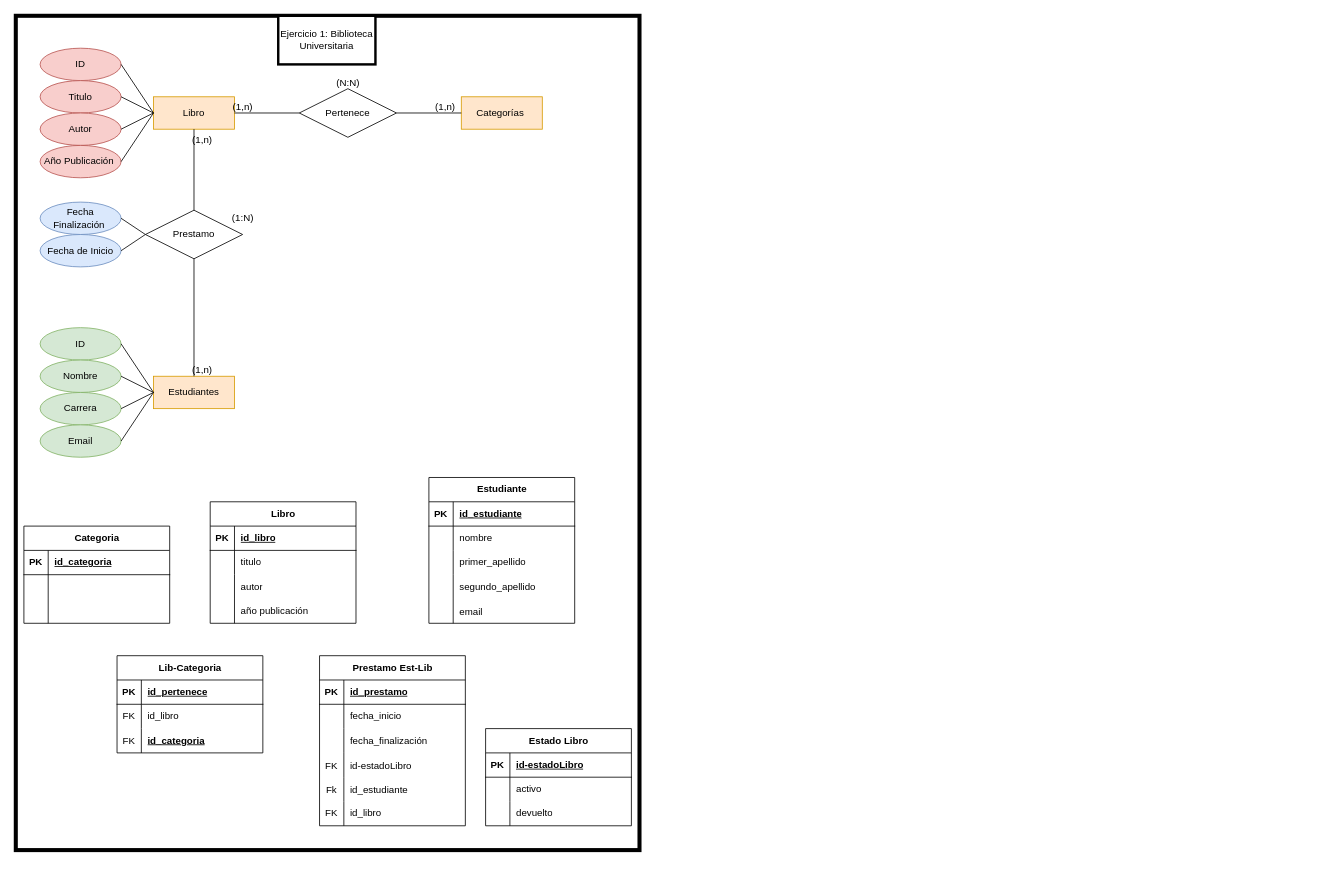
Earlier version of the draw.io diagram LabMertoMR.drawio (SebassX69/DiagramasDB). Source tidied: cells renumbered, new cells numbered last; positions are measured from the earlier drawing's top-left corner, leaving out a move shared by most shapes. Both pictures are drawn from the tidied source at 81%, with x=0, y=0 at pixel (15, 15).
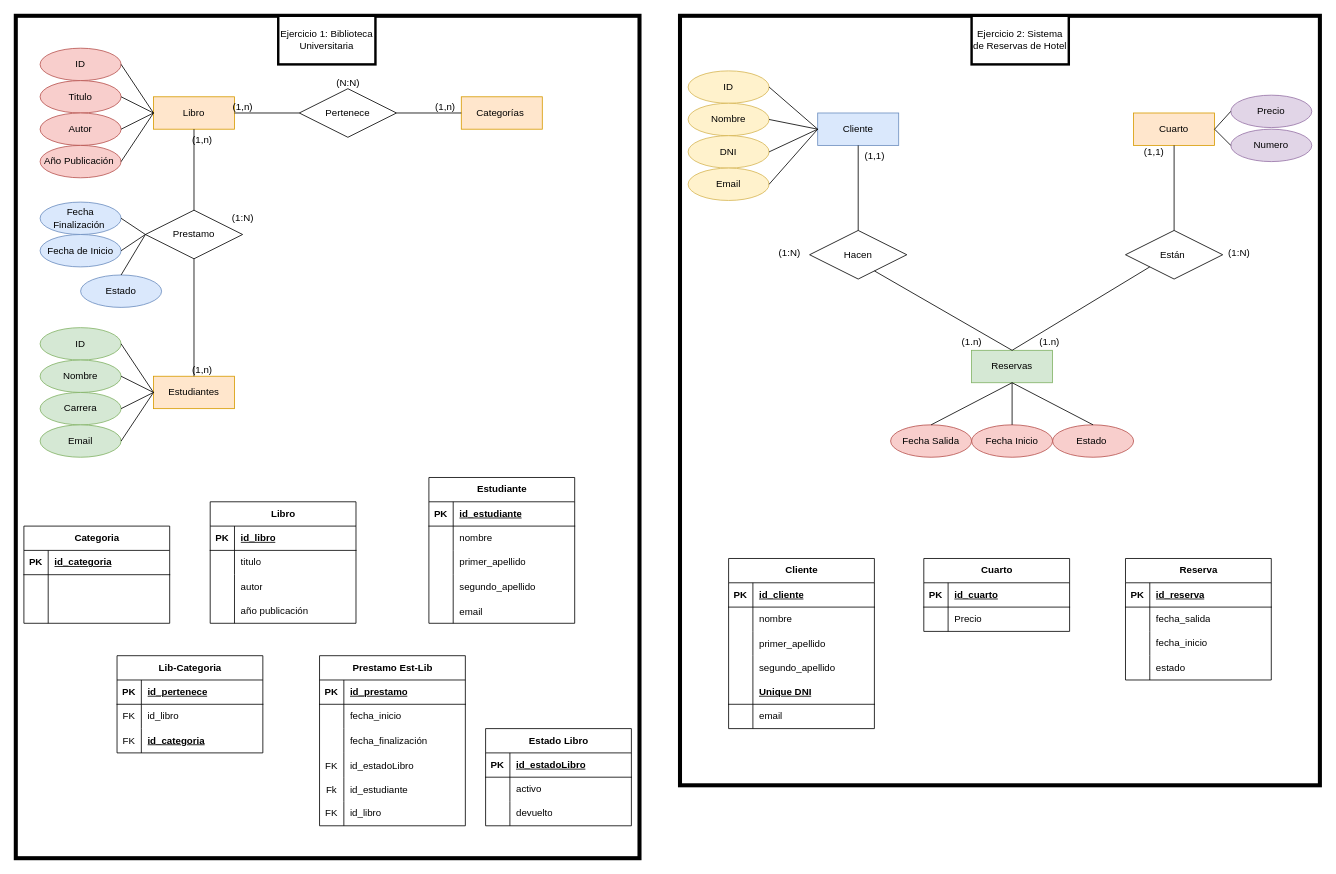
After the change.

Unchanged cells that the change refers to:
```xml
<mxCell id="29" value="Prestamo" style="shape=rhombus;perimeter=rhombusPerimeter;whiteSpace=wrap;html=1;align=center;" parent="1" vertex="1">
  <mxGeometry x="160" y="240" width="120" height="60" as="geometry" />
</mxCell>
<mxCell id="86" style="shape=tableRow;horizontal=0;startSize=0;swimlaneHead=0;swimlaneBody=0;fillColor=none;top=0;left=0;right=0;bottom=0;" parent="76" vertex="1">
  <mxGeometry y="120" width="180" height="30" as="geometry" />
</mxCell>
<mxCell id="96" style="shape=tableRow;horizontal=0;startSize=0;swimlaneHead=0;swimlaneBody=0;fillColor=none;top=0;left=0;right=0;bottom=1;" parent="95" vertex="1">
  <mxGeometry y="30" width="180" height="30" as="geometry" />
</mxCell>
```

Change to the diagram source:
```diff
@@
+    <mxCell id="115" style="rounded=0;whiteSpace=wrap;html=1;fillColor=none;strokeWidth=5;strokeColor=default;" parent="1" vertex="1">
+      <mxGeometry width="770" height="1040" as="geometry" />
+    </mxCell>
@@
-    <mxCell id="88" value="id-estadoLibro" style="shape=partialRectangle;fillColor=none;top=0;left=0;bottom=0;right=0;align=left;spacingLeft=6;overflow=hidden;" parent="86" vertex="1">
+    <mxCell id="88" value="id_estadoLibro" style="shape=partialRectangle;fillColor=none;top=0;left=0;bottom=0;right=0;align=left;spacingLeft=6;overflow=hidden;" parent="86" vertex="1">
       <mxGeometry x="30" width="150" height="30" as="geometry" />
     </mxCell>
@@
-    <mxCell id="98" value="id-estadoLibro" style="shape=partialRectangle;fillColor=none;top=0;left=0;bottom=0;right=0;align=left;spacingLeft=6;fontStyle=5;overflow=hidden;whiteSpace=wrap;html=1;" parent="96" vertex="1">
+    <mxCell id="98" value="id_estadoLibro" style="shape=partialRectangle;fillColor=none;top=0;left=0;bottom=0;right=0;align=left;spacingLeft=6;fontStyle=5;overflow=hidden;whiteSpace=wrap;html=1;" parent="96" vertex="1">
       <mxGeometry x="30" width="150" height="30" as="geometry" />
     </mxCell>
@@
-    <mxCell id="115" style="rounded=0;whiteSpace=wrap;html=1;fillColor=none;strokeWidth=5;" parent="1" vertex="1">
-      <mxGeometry width="770" height="1030" as="geometry" />
-    </mxCell>
@@
+    <mxCell id="117" value="Cliente" style="whiteSpace=wrap;html=1;align=center;fillColor=#dae8fc;strokeColor=#6c8ebf;" parent="1" vertex="1">
+      <mxGeometry x="990" y="120" width="100" height="40" as="geometry" />
+    </mxCell>
+    <mxCell id="118" value="ID" style="ellipse;whiteSpace=wrap;html=1;align=center;fillColor=#fff2cc;strokeColor=#d6b656;" parent="1" vertex="1">
+      <mxGeometry x="830" y="68" width="100" height="40" as="geometry" />
+    </mxCell>
+    <mxCell id="119" value="Nombre" style="ellipse;whiteSpace=wrap;html=1;align=center;fillColor=#fff2cc;strokeColor=#d6b656;" parent="1" vertex="1">
+      <mxGeometry x="830" y="108" width="100" height="40" as="geometry" />
+    </mxCell>
+    <mxCell id="120" value="DNI" style="ellipse;whiteSpace=wrap;html=1;align=center;fillColor=#fff2cc;strokeColor=#d6b656;" parent="1" vertex="1">
+      <mxGeometry x="830" y="148" width="100" height="40" as="geometry" />
+    </mxCell>
+    <mxCell id="121" value="Email" style="ellipse;whiteSpace=wrap;html=1;align=center;fillColor=#fff2cc;strokeColor=#d6b656;" parent="1" vertex="1">
+      <mxGeometry x="830" y="188" width="100" height="40" as="geometry" />
+    </mxCell>
+    <mxCell id="122" style="endArrow=none;html=1;rounded=0;exitX=1;exitY=0.5;exitDx=0;exitDy=0;entryX=0;entryY=0.5;entryDx=0;entryDy=0;" parent="1" edge="1" source="119" target="117">
+      <mxGeometry relative="1" as="geometry" />
+    </mxCell>
+    <mxCell id="123" style="endArrow=none;html=1;rounded=0;exitX=1;exitY=0.5;exitDx=0;exitDy=0;entryX=0;entryY=0.5;entryDx=0;entryDy=0;" parent="1" edge="1" source="118" target="117">
+      <mxGeometry relative="1" as="geometry" />
+    </mxCell>
+    <mxCell id="124" style="endArrow=none;html=1;rounded=0;exitX=1;exitY=0.5;exitDx=0;exitDy=0;entryX=0;entryY=0.5;entryDx=0;entryDy=0;" parent="1" edge="1" source="120" target="117">
+      <mxGeometry relative="1" as="geometry" />
+    </mxCell>
+    <mxCell id="125" style="endArrow=none;html=1;rounded=0;entryX=0;entryY=0.5;entryDx=0;entryDy=0;exitX=1;exitY=0.5;exitDx=0;exitDy=0;" parent="1" edge="1" source="121" target="117">
+      <mxGeometry relative="1" as="geometry" />
+    </mxCell>
+    <mxCell id="126" value="Cuarto" style="whiteSpace=wrap;html=1;align=center;fillColor=#ffe6cc;strokeColor=#d79b00;" parent="1" vertex="1">
+      <mxGeometry x="1380" y="120" width="100" height="40" as="geometry" />
+    </mxCell>
+    <mxCell id="127" value="Numero" style="ellipse;whiteSpace=wrap;html=1;align=center;fillColor=#e1d5e7;strokeColor=#9673a6;" parent="1" vertex="1">
+      <mxGeometry x="1500" y="140" width="100" height="40" as="geometry" />
+    </mxCell>
+    <mxCell id="128" value="Precio" style="ellipse;whiteSpace=wrap;html=1;align=center;fillColor=#e1d5e7;strokeColor=#9673a6;" parent="1" vertex="1">
+      <mxGeometry x="1500" y="98" width="100" height="40" as="geometry" />
+    </mxCell>
+    <mxCell id="129" value="Reservas" style="whiteSpace=wrap;html=1;align=center;fillColor=#d5e8d4;strokeColor=#82b366;" parent="1" vertex="1">
+      <mxGeometry x="1180" y="413" width="100" height="40" as="geometry" />
+    </mxCell>
+    <mxCell id="130" value="Fecha Inicio" style="ellipse;whiteSpace=wrap;html=1;align=center;fillColor=#f8cecc;strokeColor=#b85450;" parent="1" vertex="1">
+      <mxGeometry x="1180" y="505" width="100" height="40" as="geometry" />
+    </mxCell>
+    <mxCell id="131" value="Fecha Salida" style="ellipse;whiteSpace=wrap;html=1;align=center;fillColor=#f8cecc;strokeColor=#b85450;" parent="1" vertex="1">
+      <mxGeometry x="1080" y="505" width="100" height="40" as="geometry" />
+    </mxCell>
+    <mxCell id="132" value="Estado&amp;nbsp;" style="ellipse;whiteSpace=wrap;html=1;align=center;fillColor=#f8cecc;strokeColor=#b85450;" parent="1" vertex="1">
+      <mxGeometry x="1280" y="505" width="100" height="40" as="geometry" />
+    </mxCell>
+    <mxCell id="133" style="endArrow=none;html=1;rounded=0;entryX=0;entryY=0.5;entryDx=0;entryDy=0;exitX=1;exitY=0.5;exitDx=0;exitDy=0;" parent="1" edge="1" source="126" target="128">
+      <mxGeometry relative="1" as="geometry" />
+    </mxCell>
+    <mxCell id="134" style="endArrow=none;html=1;rounded=0;entryX=0;entryY=0.5;entryDx=0;entryDy=0;exitX=1;exitY=0.5;exitDx=0;exitDy=0;" parent="1" edge="1" source="126" target="127">
+      <mxGeometry relative="1" as="geometry" />
+    </mxCell>
+    <mxCell id="135" style="endArrow=none;html=1;rounded=0;entryX=0.5;entryY=0;entryDx=0;entryDy=0;exitX=0.5;exitY=1;exitDx=0;exitDy=0;" parent="1" edge="1" source="129" target="131">
+      <mxGeometry relative="1" as="geometry" />
+    </mxCell>
+    <mxCell id="136" style="endArrow=none;html=1;rounded=0;entryX=0.5;entryY=0;entryDx=0;entryDy=0;exitX=0.5;exitY=1;exitDx=0;exitDy=0;" parent="1" edge="1" source="129" target="130">
+      <mxGeometry relative="1" as="geometry" />
+    </mxCell>
+    <mxCell id="137" style="endArrow=none;html=1;rounded=0;entryX=0.5;entryY=0;entryDx=0;entryDy=0;exitX=0.5;exitY=1;exitDx=0;exitDy=0;" parent="1" edge="1" source="129" target="132">
+      <mxGeometry relative="1" as="geometry" />
+    </mxCell>
+    <mxCell id="138" value="Hacen" style="shape=rhombus;perimeter=rhombusPerimeter;whiteSpace=wrap;html=1;align=center;" parent="1" vertex="1">
+      <mxGeometry x="980" y="265" width="120" height="60" as="geometry" />
+    </mxCell>
+    <mxCell id="139" value="Están&amp;nbsp;" style="shape=rhombus;perimeter=rhombusPerimeter;whiteSpace=wrap;html=1;align=center;" parent="1" vertex="1">
+      <mxGeometry x="1370" y="265" width="120" height="60" as="geometry" />
+    </mxCell>
+    <mxCell id="140" style="endArrow=none;html=1;rounded=0;entryX=0.5;entryY=1;entryDx=0;entryDy=0;exitX=0.5;exitY=0;exitDx=0;exitDy=0;" parent="1" edge="1" source="138" target="117">
+      <mxGeometry relative="1" as="geometry" />
+    </mxCell>
+    <mxCell id="141" style="endArrow=none;html=1;rounded=0;entryX=0.5;entryY=0;entryDx=0;entryDy=0;exitX=0.667;exitY=0.833;exitDx=0;exitDy=0;exitPerimeter=0;" parent="1" edge="1" source="138" target="129">
+      <mxGeometry relative="1" as="geometry" />
+    </mxCell>
+    <mxCell id="142" style="endArrow=none;html=1;rounded=0;entryX=0;entryY=1;entryDx=0;entryDy=0;exitX=0.5;exitY=0;exitDx=0;exitDy=0;" parent="1" edge="1" source="129" target="139">
+      <mxGeometry relative="1" as="geometry" />
+    </mxCell>
+    <mxCell id="143" style="endArrow=none;html=1;rounded=0;entryX=0.5;entryY=1;entryDx=0;entryDy=0;exitX=0.5;exitY=0;exitDx=0;exitDy=0;" parent="1" edge="1" source="139" target="126">
+      <mxGeometry relative="1" as="geometry" />
+    </mxCell>
+    <mxCell id="144" value="Cliente" style="shape=table;startSize=30;childLayout=tableLayout;rowLines=0;fontStyle=1;align=center;html=1;" parent="1" vertex="1">
+      <mxGeometry x="880" y="670" width="180" height="210" as="geometry" />
+    </mxCell>
+    <mxCell id="145" style="shape=tableRow;horizontal=0;startSize=0;swimlaneHead=0;swimlaneBody=0;fillColor=none;top=0;left=0;right=0;bottom=1;" parent="144" vertex="1">
+      <mxGeometry y="30" width="180" height="30" as="geometry" />
+    </mxCell>
+    <mxCell id="146" value="PK" style="shape=partialRectangle;fillColor=none;top=0;left=0;bottom=0;right=0;fontStyle=1;overflow=hidden;whiteSpace=wrap;html=1;" parent="145" vertex="1">
+      <mxGeometry width="30" height="30" as="geometry" />
+    </mxCell>
+    <mxCell id="147" value="id_cliente" style="shape=partialRectangle;fillColor=none;top=0;left=0;bottom=0;right=0;align=left;spacingLeft=6;fontStyle=5;overflow=hidden;whiteSpace=wrap;html=1;" parent="145" vertex="1">
+      <mxGeometry x="30" width="150" height="30" as="geometry" />
+    </mxCell>
+    <mxCell id="148" style="shape=tableRow;horizontal=0;startSize=0;swimlaneHead=0;swimlaneBody=0;fillColor=none;top=0;left=0;right=0;bottom=0;" parent="144" vertex="1">
+      <mxGeometry y="60" width="180" height="30" as="geometry" />
+    </mxCell>
+    <mxCell id="149" style="shape=partialRectangle;fillColor=none;top=0;left=0;bottom=0;right=0;overflow=hidden;whiteSpace=wrap;html=1;" parent="148" vertex="1">
+      <mxGeometry width="30" height="30" as="geometry" />
+    </mxCell>
+    <mxCell id="150" value="nombre" style="shape=partialRectangle;fillColor=none;top=0;left=0;bottom=0;right=0;align=left;spacingLeft=6;overflow=hidden;whiteSpace=wrap;html=1;" parent="148" vertex="1">
+      <mxGeometry x="30" width="150" height="30" as="geometry" />
+    </mxCell>
+    <mxCell id="151" style="shape=tableRow;horizontal=0;startSize=0;swimlaneHead=0;swimlaneBody=0;fillColor=none;top=0;left=0;right=0;bottom=0;" parent="144" vertex="1">
+      <mxGeometry y="90" width="180" height="30" as="geometry" />
+    </mxCell>
+    <mxCell id="152" style="shape=partialRectangle;fillColor=none;top=0;left=0;bottom=0;right=0;overflow=hidden;" parent="151" vertex="1">
+      <mxGeometry width="30" height="30" as="geometry" />
+    </mxCell>
+    <mxCell id="153" value="primer_apellido" style="shape=partialRectangle;fillColor=none;top=0;left=0;bottom=0;right=0;align=left;spacingLeft=6;overflow=hidden;" parent="151" vertex="1">
+      <mxGeometry x="30" width="150" height="30" as="geometry" />
+    </mxCell>
+    <mxCell id="154" style="shape=tableRow;horizontal=0;startSize=0;swimlaneHead=0;swimlaneBody=0;fillColor=none;top=0;left=0;right=0;bottom=0;" parent="144" vertex="1">
+      <mxGeometry y="120" width="180" height="30" as="geometry" />
+    </mxCell>
+    <mxCell id="155" style="shape=partialRectangle;fillColor=none;top=0;left=0;bottom=0;right=0;overflow=hidden;whiteSpace=wrap;html=1;" parent="154" vertex="1">
+      <mxGeometry width="30" height="30" as="geometry" />
+    </mxCell>
+    <mxCell id="156" value="segundo_apellido" style="shape=partialRectangle;fillColor=none;top=0;left=0;bottom=0;right=0;align=left;spacingLeft=6;overflow=hidden;whiteSpace=wrap;html=1;" parent="154" vertex="1">
+      <mxGeometry x="30" width="150" height="30" as="geometry" />
+    </mxCell>
+    <mxCell id="157" style="shape=tableRow;horizontal=0;startSize=0;swimlaneHead=0;swimlaneBody=0;fillColor=none;top=0;left=0;right=0;bottom=1;" parent="144" vertex="1">
+      <mxGeometry y="150" width="180" height="30" as="geometry" />
+    </mxCell>
+    <mxCell id="158" style="shape=partialRectangle;fillColor=none;top=0;left=0;bottom=0;right=0;fontStyle=1;overflow=hidden;whiteSpace=wrap;html=1;" parent="157" vertex="1">
+      <mxGeometry width="30" height="30" as="geometry" />
+    </mxCell>
+    <mxCell id="159" value="Unique DNI" style="shape=partialRectangle;fillColor=none;top=0;left=0;bottom=0;right=0;align=left;spacingLeft=6;fontStyle=5;overflow=hidden;whiteSpace=wrap;html=1;" parent="157" vertex="1">
+      <mxGeometry x="30" width="150" height="30" as="geometry" />
+    </mxCell>
+    <mxCell id="160" style="shape=tableRow;horizontal=0;startSize=0;swimlaneHead=0;swimlaneBody=0;fillColor=none;top=0;left=0;right=0;bottom=0;" parent="144" vertex="1">
+      <mxGeometry y="180" width="180" height="30" as="geometry" />
+    </mxCell>
+    <mxCell id="161" style="shape=partialRectangle;fillColor=none;top=0;left=0;bottom=0;right=0;overflow=hidden;whiteSpace=wrap;html=1;" parent="160" vertex="1">
+      <mxGeometry width="30" height="30" as="geometry" />
+    </mxCell>
+    <mxCell id="162" value="email" style="shape=partialRectangle;fillColor=none;top=0;left=0;bottom=0;right=0;align=left;spacingLeft=6;overflow=hidden;whiteSpace=wrap;html=1;" parent="160" vertex="1">
+      <mxGeometry x="30" width="150" height="30" as="geometry" />
+    </mxCell>
+    <mxCell id="163" value="Cuarto" style="shape=table;startSize=30;childLayout=tableLayout;rowLines=0;fontStyle=1;align=center;html=1;" parent="1" vertex="1">
+      <mxGeometry x="1121" y="670" width="180" height="90" as="geometry" />
+    </mxCell>
+    <mxCell id="164" style="shape=tableRow;horizontal=0;startSize=0;swimlaneHead=0;swimlaneBody=0;fillColor=none;top=0;left=0;right=0;bottom=1;" parent="163" vertex="1">
+      <mxGeometry y="30" width="180" height="30" as="geometry" />
+    </mxCell>
+    <mxCell id="165" value="PK" style="shape=partialRectangle;fillColor=none;top=0;left=0;bottom=0;right=0;fontStyle=1;overflow=hidden;whiteSpace=wrap;html=1;" parent="164" vertex="1">
+      <mxGeometry width="30" height="30" as="geometry" />
+    </mxCell>
+    <mxCell id="166" value="id_cuarto" style="shape=partialRectangle;fillColor=none;top=0;left=0;bottom=0;right=0;align=left;spacingLeft=6;fontStyle=5;overflow=hidden;whiteSpace=wrap;html=1;" parent="164" vertex="1">
+      <mxGeometry x="30" width="150" height="30" as="geometry" />
+    </mxCell>
+    <mxCell id="167" style="shape=tableRow;horizontal=0;startSize=0;swimlaneHead=0;swimlaneBody=0;fillColor=none;top=0;left=0;right=0;bottom=0;" parent="163" vertex="1">
+      <mxGeometry y="60" width="180" height="30" as="geometry" />
+    </mxCell>
+    <mxCell id="168" style="shape=partialRectangle;fillColor=none;top=0;left=0;bottom=0;right=0;overflow=hidden;whiteSpace=wrap;html=1;" parent="167" vertex="1">
+      <mxGeometry width="30" height="30" as="geometry" />
+    </mxCell>
+    <mxCell id="169" value="Precio" style="shape=partialRectangle;fillColor=none;top=0;left=0;bottom=0;right=0;align=left;spacingLeft=6;overflow=hidden;whiteSpace=wrap;html=1;" parent="167" vertex="1">
+      <mxGeometry x="30" width="150" height="30" as="geometry" />
+    </mxCell>
+    <mxCell id="170" value="Reserva" style="shape=table;startSize=30;childLayout=tableLayout;rowLines=0;fontStyle=1;align=center;html=1;" parent="1" vertex="1">
+      <mxGeometry x="1370" y="670" width="180" height="150" as="geometry" />
+    </mxCell>
+    <mxCell id="171" style="shape=tableRow;horizontal=0;startSize=0;swimlaneHead=0;swimlaneBody=0;fillColor=none;top=0;left=0;right=0;bottom=1;" parent="170" vertex="1">
+      <mxGeometry y="30" width="180" height="30" as="geometry" />
+    </mxCell>
+    <mxCell id="172" value="PK" style="shape=partialRectangle;fillColor=none;top=0;left=0;bottom=0;right=0;fontStyle=1;overflow=hidden;whiteSpace=wrap;html=1;" parent="171" vertex="1">
+      <mxGeometry width="30" height="30" as="geometry" />
+    </mxCell>
+    <mxCell id="173" value="id_reserva" style="shape=partialRectangle;fillColor=none;top=0;left=0;bottom=0;right=0;align=left;spacingLeft=6;fontStyle=5;overflow=hidden;whiteSpace=wrap;html=1;" parent="171" vertex="1">
+      <mxGeometry x="30" width="150" height="30" as="geometry" />
+    </mxCell>
+    <mxCell id="174" style="shape=tableRow;horizontal=0;startSize=0;swimlaneHead=0;swimlaneBody=0;fillColor=none;top=0;left=0;right=0;bottom=0;" parent="170" vertex="1">
+      <mxGeometry y="60" width="180" height="30" as="geometry" />
+    </mxCell>
+    <mxCell id="175" style="shape=partialRectangle;fillColor=none;top=0;left=0;bottom=0;right=0;overflow=hidden;whiteSpace=wrap;html=1;" parent="174" vertex="1">
+      <mxGeometry width="30" height="30" as="geometry" />
+    </mxCell>
+    <mxCell id="176" value="fecha_salida" style="shape=partialRectangle;fillColor=none;top=0;left=0;bottom=0;right=0;align=left;spacingLeft=6;overflow=hidden;whiteSpace=wrap;html=1;" parent="174" vertex="1">
+      <mxGeometry x="30" width="150" height="30" as="geometry" />
+    </mxCell>
+    <mxCell id="177" style="shape=tableRow;horizontal=0;startSize=0;swimlaneHead=0;swimlaneBody=0;fillColor=none;top=0;left=0;right=0;bottom=0;" parent="170" vertex="1">
+      <mxGeometry y="90" width="180" height="30" as="geometry" />
+    </mxCell>
+    <mxCell id="178" style="shape=partialRectangle;fillColor=none;top=0;left=0;bottom=0;right=0;overflow=hidden;whiteSpace=wrap;html=1;" parent="177" vertex="1">
+      <mxGeometry width="30" height="30" as="geometry" />
+    </mxCell>
+    <mxCell id="179" value="fecha_inicio" style="shape=partialRectangle;fillColor=none;top=0;left=0;bottom=0;right=0;align=left;spacingLeft=6;overflow=hidden;whiteSpace=wrap;html=1;" parent="177" vertex="1">
+      <mxGeometry x="30" width="150" height="30" as="geometry" />
+    </mxCell>
+    <mxCell id="180" style="shape=tableRow;horizontal=0;startSize=0;swimlaneHead=0;swimlaneBody=0;fillColor=none;top=0;left=0;right=0;bottom=0;" parent="170" vertex="1">
+      <mxGeometry y="120" width="180" height="30" as="geometry" />
+    </mxCell>
+    <mxCell id="181" style="shape=partialRectangle;fillColor=none;top=0;left=0;bottom=0;right=0;overflow=hidden;whiteSpace=wrap;html=1;" parent="180" vertex="1">
+      <mxGeometry width="30" height="30" as="geometry" />
+    </mxCell>
+    <mxCell id="182" value="estado" style="shape=partialRectangle;fillColor=none;top=0;left=0;bottom=0;right=0;align=left;spacingLeft=6;overflow=hidden;whiteSpace=wrap;html=1;" parent="180" vertex="1">
+      <mxGeometry x="30" width="150" height="30" as="geometry" />
+    </mxCell>
+    <mxCell id="183" value="(1,1)" style="text;html=1;align=center;verticalAlign=middle;strokeColor=none;fillColor=none;" parent="1" vertex="1">
+      <mxGeometry x="1035" y="158" width="50" height="30" as="geometry" />
+    </mxCell>
+    <mxCell id="184" value="(1.n)" style="text;html=1;align=center;verticalAlign=middle;strokeColor=none;fillColor=none;" parent="1" vertex="1">
+      <mxGeometry x="1155" y="388" width="50" height="30" as="geometry" />
+    </mxCell>
+    <mxCell id="185" value="(1.n)" style="text;html=1;align=center;verticalAlign=middle;strokeColor=none;fillColor=none;" parent="1" vertex="1">
+      <mxGeometry x="1251" y="388" width="50" height="30" as="geometry" />
+    </mxCell>
+    <mxCell id="186" value="(1,1)" style="text;html=1;align=center;verticalAlign=middle;strokeColor=none;fillColor=none;" parent="1" vertex="1">
+      <mxGeometry x="1380" y="153" width="50" height="30" as="geometry" />
+    </mxCell>
+    <mxCell id="187" value="(1:N)" style="text;html=1;align=center;verticalAlign=middle;strokeColor=none;fillColor=none;" parent="1" vertex="1">
+      <mxGeometry x="1485" y="278" width="50" height="30" as="geometry" />
+    </mxCell>
+    <mxCell id="188" value="(1:N)" style="text;html=1;align=center;verticalAlign=middle;strokeColor=none;fillColor=none;" parent="1" vertex="1">
+      <mxGeometry x="930" y="278" width="50" height="30" as="geometry" />
+    </mxCell>
+    <mxCell id="189" style="rounded=0;whiteSpace=wrap;html=1;fillColor=none;strokeWidth=5;" parent="1" vertex="1">
+      <mxGeometry x="820" width="790" height="950" as="geometry" />
+    </mxCell>
+    <mxCell id="190" value="Ejercicio 2: Sistema de Reservas de Hotel" style="whiteSpace=wrap;html=1;align=center;strokeWidth=3;" parent="1" vertex="1">
+      <mxGeometry x="1180" width="120" height="60" as="geometry" />
+    </mxCell>
+    <mxCell id="191" value="Estado" style="ellipse;whiteSpace=wrap;html=1;align=center;fillColor=#dae8fc;strokeColor=#6c8ebf;" parent="1" vertex="1">
+      <mxGeometry x="80" y="320" width="100" height="40" as="geometry" />
+    </mxCell>
+    <mxCell id="192" style="endArrow=none;html=1;rounded=0;entryX=0.5;entryY=0;entryDx=0;entryDy=0;exitX=0;exitY=0.5;exitDx=0;exitDy=0;" parent="1" edge="1" source="29" target="191">
+      <mxGeometry relative="1" as="geometry" />
+    </mxCell>
```
